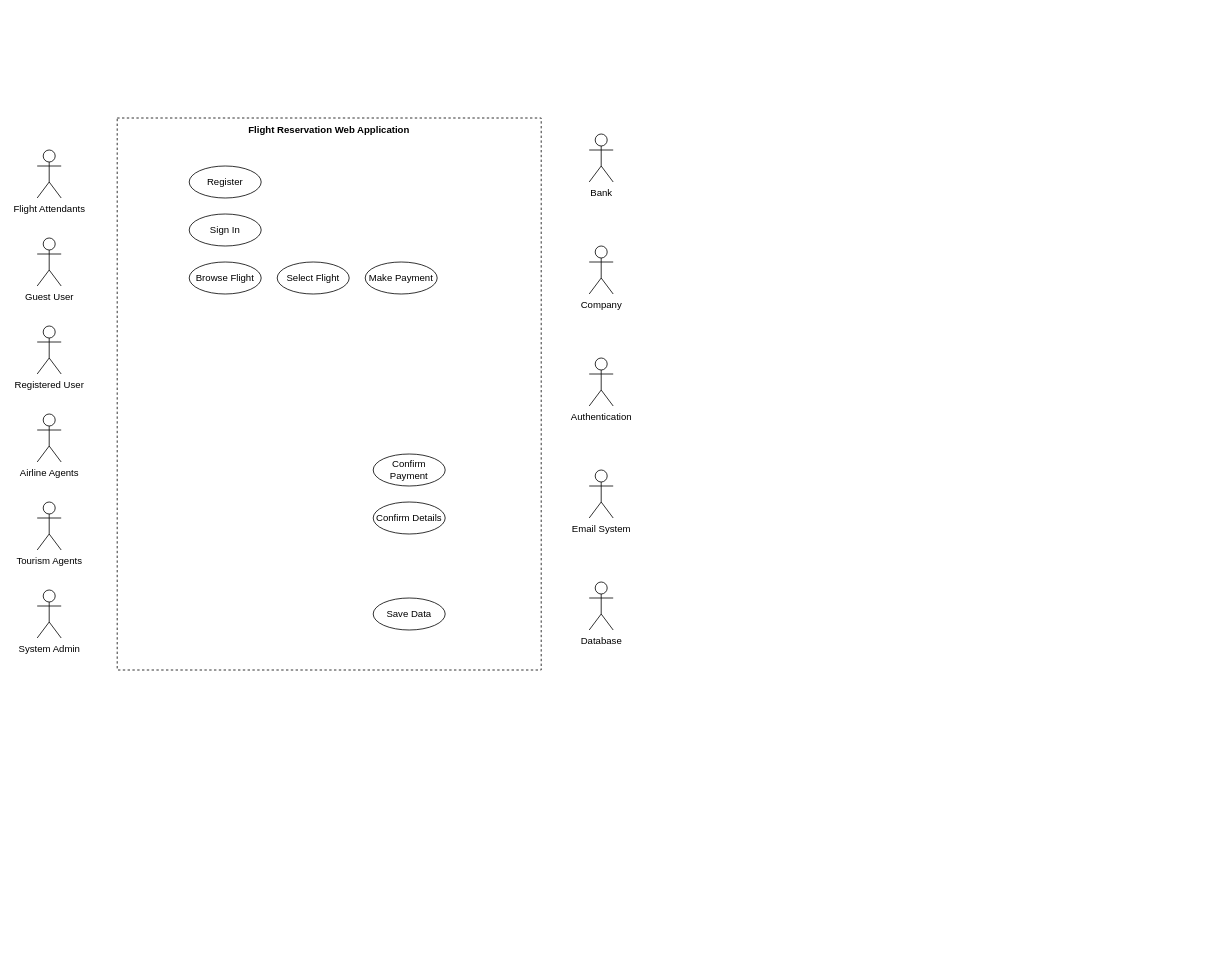
coreyyangsmith/ensf614-project keeps this draw.io diagram as documentation/614-use-case.drawio. Above is the earlier version. Source tidied: cells renumbered, new cells numbered last; positions are measured from the earlier drawing's top-left corner, leaving out a move shared by most shapes. Both pictures are drawn from the tidied source at 80%, with x=0, y=0 at pixel (37, 118).
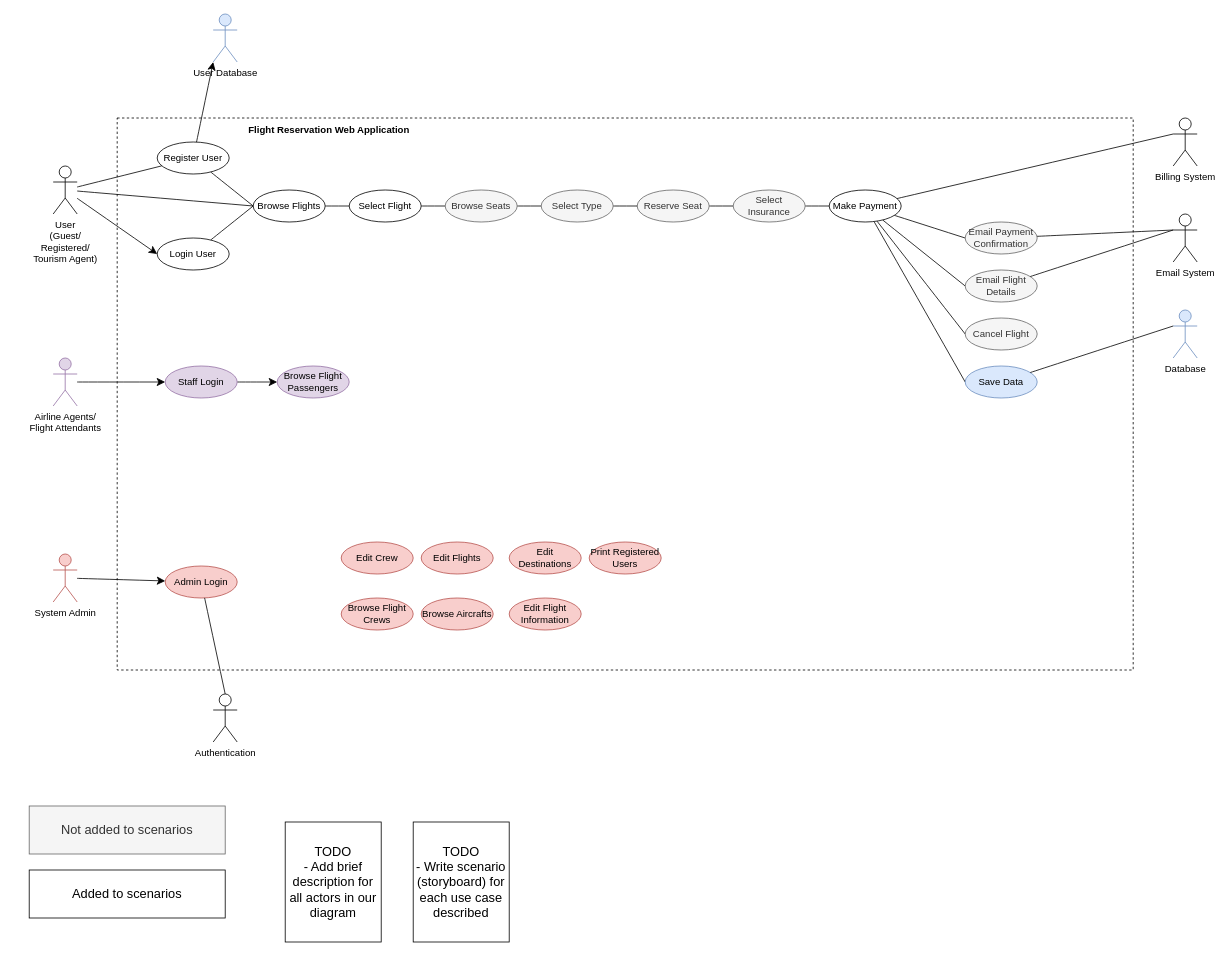
The same diagram, later.

Commit message (it also covers changes not shown here):
class 2 - add scenarios, state transition, activity diagram

What changed in the source:
```diff
@@
     <mxCell id="2" style="rounded=0;whiteSpace=wrap;html=1;dashed=1;" parent="1" vertex="1">
-      <mxGeometry x="100" width="530" height="690" as="geometry" />
+      <mxGeometry x="100" width="1270" height="690" as="geometry" />
     </mxCell>
+    <mxCell id="23" style="edgeStyle=none;curved=1;rounded=0;jettySize=auto;html=1;fontSize=12;startSize=8;endSize=8;endArrow=none;endFill=0;" parent="1" edge="1" source="3" target="13">
+      <mxGeometry relative="1" as="geometry" />
+    </mxCell>
+    <mxCell id="24" style="edgeStyle=none;curved=1;rounded=0;jettySize=auto;html=1;entryX=0;entryY=0.5;entryDx=0;entryDy=0;fontSize=12;startSize=8;endSize=8;" parent="1" edge="1" source="3" target="14">
+      <mxGeometry relative="1" as="geometry" />
+    </mxCell>
+    <mxCell id="25" style="edgeStyle=none;curved=1;rounded=0;jettySize=auto;html=1;entryX=0;entryY=0.5;entryDx=0;entryDy=0;fontSize=12;startSize=8;endSize=8;endArrow=none;endFill=0;" parent="1" edge="1" source="3" target="19">
+      <mxGeometry relative="1" as="geometry" />
+    </mxCell>
-    <mxCell id="3" value="Guest User" style="shape=umlActor;verticalLabelPosition=bottom;verticalAlign=top;html=1;outlineConnect=0;" parent="1" vertex="1">
-      <mxGeometry y="150" width="30" height="60" as="geometry" />
+    <mxCell id="3" value="User&lt;br&gt;(Guest/&lt;br&gt;Registered/&lt;br&gt;Tourism Agent)" style="shape=umlActor;verticalLabelPosition=bottom;verticalAlign=top;html=1;outlineConnect=0;" parent="1" vertex="1">
+      <mxGeometry x="20" y="60" width="30" height="60" as="geometry" />
     </mxCell>
-    <mxCell id="4" value="Registered User" style="shape=umlActor;verticalLabelPosition=bottom;verticalAlign=top;html=1;" parent="1" vertex="1">
-      <mxGeometry y="260" width="30" height="60" as="geometry" />
-    </mxCell>
+    <mxCell id="26" style="edgeStyle=none;curved=1;rounded=0;jettySize=auto;html=1;entryX=0;entryY=0.5;entryDx=0;entryDy=0;fontSize=12;startSize=8;endSize=8;" parent="1" edge="1" source="5" target="59">
+      <mxGeometry relative="1" as="geometry" />
+    </mxCell>
-    <mxCell id="5" value="Airline Agents" style="shape=umlActor;verticalLabelPosition=bottom;verticalAlign=top;html=1;outlineConnect=0;" parent="1" vertex="1">
-      <mxGeometry y="370" width="30" height="60" as="geometry" />
+    <mxCell id="5" value="Airline Agents/&lt;br&gt;Flight Attendants" style="shape=umlActor;verticalLabelPosition=bottom;verticalAlign=top;html=1;outlineConnect=0;fillColor=#e1d5e7;strokeColor=#9673a6;" parent="1" vertex="1">
+      <mxGeometry x="20" y="300" width="30" height="60" as="geometry" />
     </mxCell>
+    <mxCell id="27" style="edgeStyle=none;curved=1;rounded=0;jettySize=auto;html=1;fontSize=12;startSize=8;endSize=8;" parent="1" edge="1" source="6" target="64">
+      <mxGeometry relative="1" as="geometry" />
+    </mxCell>
-    <mxCell id="6" value="System Admin" style="shape=umlActor;verticalLabelPosition=bottom;verticalAlign=top;html=1;outlineConnect=0;" parent="1" vertex="1">
-      <mxGeometry y="590" width="30" height="60" as="geometry" />
+    <mxCell id="6" value="System Admin" style="shape=umlActor;verticalLabelPosition=bottom;verticalAlign=top;html=1;outlineConnect=0;fillColor=#f8cecc;strokeColor=#b85450;" parent="1" vertex="1">
+      <mxGeometry x="20" y="545" width="30" height="60" as="geometry" />
     </mxCell>
-    <mxCell id="7" value="Flight Attendants" style="shape=umlActor;verticalLabelPosition=bottom;verticalAlign=top;html=1;" parent="1" vertex="1">
-      <mxGeometry y="40" width="30" height="60" as="geometry" />
-    </mxCell>
-    <mxCell id="8" value="Tourism Agents" style="shape=umlActor;verticalLabelPosition=bottom;verticalAlign=top;html=1;" parent="1" vertex="1">
-      <mxGeometry y="480" width="30" height="60" as="geometry" />
-    </mxCell>
-    <mxCell id="9" value="Bank" style="shape=umlActor;verticalLabelPosition=bottom;verticalAlign=top;html=1;" parent="1" vertex="1">
-      <mxGeometry x="690" y="20" width="30" height="60" as="geometry" />
-    </mxCell>
-    <mxCell id="10" value="Company" style="shape=umlActor;verticalLabelPosition=bottom;verticalAlign=top;html=1;" parent="1" vertex="1">
-      <mxGeometry x="690" y="160" width="30" height="60" as="geometry" />
-    </mxCell>
     <mxCell id="11" value="Authentication" style="shape=umlActor;verticalLabelPosition=bottom;verticalAlign=top;html=1;outlineConnect=0;" parent="1" vertex="1">
-      <mxGeometry x="690" y="300" width="30" height="60" as="geometry" />
+      <mxGeometry x="220" y="720" width="30" height="60" as="geometry" />
     </mxCell>
@@
+    <mxCell id="28" style="edgeStyle=none;curved=1;rounded=0;jettySize=auto;html=1;entryX=0;entryY=0.5;entryDx=0;entryDy=0;fontSize=12;startSize=8;endSize=8;endArrow=none;endFill=0;" parent="1" edge="1" source="13" target="19">
+      <mxGeometry relative="1" as="geometry" />
+    </mxCell>
-    <mxCell id="13" value="Register" style="ellipse;whiteSpace=wrap;html=1;" parent="1" vertex="1">
-      <mxGeometry x="190" y="60" width="90" height="40" as="geometry" />
+    <mxCell id="13" value="Register User" style="ellipse;whiteSpace=wrap;html=1;" parent="1" vertex="1">
+      <mxGeometry x="150" y="30" width="90" height="40" as="geometry" />
     </mxCell>
+    <mxCell id="29" style="edgeStyle=none;curved=1;rounded=0;jettySize=auto;html=1;entryX=0;entryY=0.5;entryDx=0;entryDy=0;fontSize=12;startSize=8;endSize=8;endArrow=none;endFill=0;" parent="1" edge="1" source="14" target="19">
+      <mxGeometry relative="1" as="geometry" />
+    </mxCell>
-    <mxCell id="14" value="Sign In" style="ellipse;whiteSpace=wrap;html=1;" parent="1" vertex="1">
-      <mxGeometry x="190" y="120" width="90" height="40" as="geometry" />
+    <mxCell id="14" value="Login User" style="ellipse;whiteSpace=wrap;html=1;" parent="1" vertex="1">
+      <mxGeometry x="150" y="150" width="90" height="40" as="geometry" />
     </mxCell>
+    <mxCell id="30" style="edgeStyle=none;curved=1;rounded=0;jettySize=auto;html=1;fontSize=12;startSize=8;endSize=8;endArrow=none;endFill=0;" parent="1" edge="1" source="15" target="39">
+      <mxGeometry relative="1" as="geometry" />
+    </mxCell>
     <mxCell id="15" value="Select Flight" style="ellipse;whiteSpace=wrap;html=1;" parent="1" vertex="1">
-      <mxGeometry x="300" y="180" width="90" height="40" as="geometry" />
+      <mxGeometry x="390" y="90" width="90" height="40" as="geometry" />
     </mxCell>
+    <mxCell id="31" style="edgeStyle=none;curved=1;rounded=0;jettySize=auto;html=1;entryX=0;entryY=0.5;entryDx=0;entryDy=0;fontSize=12;startSize=8;endSize=8;endArrow=none;endFill=0;" parent="1" edge="1" source="16" target="20">
+      <mxGeometry relative="1" as="geometry" />
+    </mxCell>
+    <mxCell id="32" style="edgeStyle=none;curved=1;rounded=0;jettySize=auto;html=1;entryX=0;entryY=0.5;entryDx=0;entryDy=0;fontSize=12;startSize=8;endSize=8;endArrow=none;endFill=0;" parent="1" edge="1" source="16" target="21">
+      <mxGeometry relative="1" as="geometry" />
+    </mxCell>
+    <mxCell id="33" style="edgeStyle=none;curved=1;rounded=0;jettySize=auto;html=1;entryX=0;entryY=0.5;entryDx=0;entryDy=0;fontSize=12;startSize=8;endSize=8;endArrow=none;endFill=0;" parent="1" edge="1" source="16" target="49">
+      <mxGeometry relative="1" as="geometry" />
+    </mxCell>
+    <mxCell id="34" style="edgeStyle=none;curved=1;rounded=0;jettySize=auto;html=1;entryX=0;entryY=0.5;entryDx=0;entryDy=0;fontSize=12;startSize=8;endSize=8;endArrow=none;endFill=0;" parent="1" edge="1" source="16" target="22">
+      <mxGeometry relative="1" as="geometry" />
+    </mxCell>
     <mxCell id="16" value="Make Payment" style="ellipse;whiteSpace=wrap;html=1;" parent="1" vertex="1">
-      <mxGeometry x="410" y="180" width="90" height="40" as="geometry" />
+      <mxGeometry x="990" y="90" width="90" height="40" as="geometry" />
     </mxCell>
     <mxCell id="17" value="Email System" style="shape=umlActor;verticalLabelPosition=bottom;verticalAlign=top;html=1;outlineConnect=0;" parent="1" vertex="1">
-      <mxGeometry x="690" y="440" width="30" height="60" as="geometry" />
+      <mxGeometry x="1420" y="120" width="30" height="60" as="geometry" />
     </mxCell>
-    <mxCell id="18" value="Database" style="shape=umlActor;verticalLabelPosition=bottom;verticalAlign=top;html=1;outlineConnect=0;" parent="1" vertex="1">
-      <mxGeometry x="690" y="580" width="30" height="60" as="geometry" />
+    <mxCell id="18" value="Database" style="shape=umlActor;verticalLabelPosition=bottom;verticalAlign=top;html=1;outlineConnect=0;fillColor=#dae8fc;strokeColor=#6c8ebf;" parent="1" vertex="1">
+      <mxGeometry x="1420" y="240" width="30" height="60" as="geometry" />
     </mxCell>
+    <mxCell id="35" style="edgeStyle=none;curved=1;rounded=0;jettySize=auto;html=1;entryX=0;entryY=0.5;entryDx=0;entryDy=0;fontSize=12;startSize=8;endSize=8;endArrow=none;endFill=0;" parent="1" edge="1" source="19" target="15">
+      <mxGeometry relative="1" as="geometry" />
+    </mxCell>
-    <mxCell id="19" value="Browse Flight" style="ellipse;whiteSpace=wrap;html=1;" parent="1" vertex="1">
-      <mxGeometry x="190" y="180" width="90" height="40" as="geometry" />
+    <mxCell id="19" value="Browse Flights" style="ellipse;whiteSpace=wrap;html=1;" parent="1" vertex="1">
+      <mxGeometry x="270" y="90" width="90" height="40" as="geometry" />
     </mxCell>
-    <mxCell id="20" value="Confirm Payment" style="ellipse;whiteSpace=wrap;html=1;" parent="1" vertex="1">
-      <mxGeometry x="420" y="420" width="90" height="40" as="geometry" />
+    <mxCell id="20" value="Email Payment Confirmation" style="ellipse;whiteSpace=wrap;html=1;fillColor=#f5f5f5;fontColor=#333333;strokeColor=#666666;" parent="1" vertex="1">
+      <mxGeometry x="1160" y="130" width="90" height="40" as="geometry" />
     </mxCell>
-    <mxCell id="21" value="Confirm Details" style="ellipse;whiteSpace=wrap;html=1;" parent="1" vertex="1">
-      <mxGeometry x="420" y="480" width="90" height="40" as="geometry" />
+    <mxCell id="21" value="Email Flight Details" style="ellipse;whiteSpace=wrap;html=1;fillColor=#f5f5f5;fontColor=#333333;strokeColor=#666666;" parent="1" vertex="1">
+      <mxGeometry x="1160" y="190" width="90" height="40" as="geometry" />
     </mxCell>
-    <mxCell id="22" value="Save Data" style="ellipse;whiteSpace=wrap;html=1;" parent="1" vertex="1">
-      <mxGeometry x="420" y="600" width="90" height="40" as="geometry" />
+    <mxCell id="22" value="Save Data" style="ellipse;whiteSpace=wrap;html=1;fillColor=#dae8fc;strokeColor=#6c8ebf;" parent="1" vertex="1">
+      <mxGeometry x="1160" y="310" width="90" height="40" as="geometry" />
     </mxCell>
+    <mxCell id="36" value="TODO&lt;br&gt;- Add brief description for all actors in our diagram" style="rounded=0;whiteSpace=wrap;html=1;fontSize=16;" parent="1" vertex="1">
+      <mxGeometry x="310" y="880" width="120" height="150" as="geometry" />
+    </mxCell>
+    <mxCell id="37" value="TODO&lt;br&gt;- Write scenario (storyboard) for each use case described" style="rounded=0;whiteSpace=wrap;html=1;fontSize=16;" parent="1" vertex="1">
+      <mxGeometry x="470" y="880" width="120" height="150" as="geometry" />
+    </mxCell>
+    <mxCell id="38" style="edgeStyle=none;curved=1;rounded=0;jettySize=auto;html=1;fontSize=12;startSize=8;endSize=8;endArrow=none;endFill=0;" parent="1" edge="1" source="39" target="46">
+      <mxGeometry relative="1" as="geometry" />
+    </mxCell>
+    <mxCell id="39" value="Browse Seats" style="ellipse;whiteSpace=wrap;html=1;fillColor=#f5f5f5;fontColor=#333333;strokeColor=#666666;" parent="1" vertex="1">
+      <mxGeometry x="510" y="90" width="90" height="40" as="geometry" />
+    </mxCell>
+    <mxCell id="40" value="Not added to scenarios" style="rounded=0;whiteSpace=wrap;html=1;fontSize=16;fillColor=#f5f5f5;fontColor=#333333;strokeColor=#666666;" parent="1" vertex="1">
+      <mxGeometry x="-10" y="860" width="245" height="60" as="geometry" />
+    </mxCell>
+    <mxCell id="41" value="Added to scenarios" style="rounded=0;whiteSpace=wrap;html=1;fontSize=16;" parent="1" vertex="1">
+      <mxGeometry x="-10" y="940" width="245" height="60" as="geometry" />
+    </mxCell>
+    <mxCell id="42" style="edgeStyle=none;curved=1;rounded=0;jettySize=auto;html=1;entryX=0;entryY=0.5;entryDx=0;entryDy=0;fontSize=12;startSize=8;endSize=8;endArrow=none;endFill=0;" parent="1" edge="1" source="43" target="48">
+      <mxGeometry relative="1" as="geometry" />
+    </mxCell>
+    <mxCell id="43" value="Reserve Seat" style="ellipse;whiteSpace=wrap;html=1;fillColor=#f5f5f5;fontColor=#333333;strokeColor=#666666;" parent="1" vertex="1">
+      <mxGeometry x="750" y="90" width="90" height="40" as="geometry" />
+    </mxCell>
+    <mxCell id="44" value="Billing System" style="shape=umlActor;verticalLabelPosition=bottom;verticalAlign=top;html=1;outlineConnect=0;" parent="1" vertex="1">
+      <mxGeometry x="1420" width="30" height="60" as="geometry" />
+    </mxCell>
+    <mxCell id="45" style="edgeStyle=none;curved=1;rounded=0;jettySize=auto;html=1;fontSize=12;startSize=8;endSize=8;endArrow=none;endFill=0;" parent="1" edge="1" source="46" target="43">
+      <mxGeometry relative="1" as="geometry" />
+    </mxCell>
+    <mxCell id="46" value="Select Type" style="ellipse;whiteSpace=wrap;html=1;fillColor=#f5f5f5;fontColor=#333333;strokeColor=#666666;" parent="1" vertex="1">
+      <mxGeometry x="630" y="90" width="90" height="40" as="geometry" />
+    </mxCell>
+    <mxCell id="47" style="edgeStyle=none;curved=1;rounded=0;jettySize=auto;html=1;entryX=0;entryY=0.5;entryDx=0;entryDy=0;fontSize=12;startSize=8;endSize=8;endArrow=none;endFill=0;" parent="1" edge="1" source="48" target="16">
+      <mxGeometry relative="1" as="geometry" />
+    </mxCell>
+    <mxCell id="48" value="Select Insurance" style="ellipse;whiteSpace=wrap;html=1;fillColor=#f5f5f5;fontColor=#333333;strokeColor=#666666;" parent="1" vertex="1">
+      <mxGeometry x="870" y="90" width="90" height="40" as="geometry" />
+    </mxCell>
+    <mxCell id="49" value="Cancel Flight" style="ellipse;whiteSpace=wrap;html=1;fillColor=#f5f5f5;fontColor=#333333;strokeColor=#666666;" parent="1" vertex="1">
+      <mxGeometry x="1160" y="250" width="90" height="40" as="geometry" />
+    </mxCell>
+    <mxCell id="50" value="Browse Flight Passengers" style="ellipse;whiteSpace=wrap;html=1;fillColor=#e1d5e7;strokeColor=#9673a6;" parent="1" vertex="1">
+      <mxGeometry x="300" y="310" width="90" height="40" as="geometry" />
+    </mxCell>
+    <mxCell id="51" value="Browse Flight Crews" style="ellipse;whiteSpace=wrap;html=1;fillColor=#f8cecc;strokeColor=#b85450;" parent="1" vertex="1">
+      <mxGeometry x="380" y="600" width="90" height="40" as="geometry" />
+    </mxCell>
+    <mxCell id="52" value="Browse Aircrafts" style="ellipse;whiteSpace=wrap;html=1;fillColor=#f8cecc;strokeColor=#b85450;" parent="1" vertex="1">
+      <mxGeometry x="480" y="600" width="90" height="40" as="geometry" />
+    </mxCell>
+    <mxCell id="53" value="Edit Crew" style="ellipse;whiteSpace=wrap;html=1;fillColor=#f8cecc;strokeColor=#b85450;" parent="1" vertex="1">
+      <mxGeometry x="380" y="530" width="90" height="40" as="geometry" />
+    </mxCell>
+    <mxCell id="54" value="Edit Flights" style="ellipse;whiteSpace=wrap;html=1;fillColor=#f8cecc;strokeColor=#b85450;" parent="1" vertex="1">
+      <mxGeometry x="480" y="530" width="90" height="40" as="geometry" />
+    </mxCell>
+    <mxCell id="55" value="Edit Destinations" style="ellipse;whiteSpace=wrap;html=1;fillColor=#f8cecc;strokeColor=#b85450;" parent="1" vertex="1">
+      <mxGeometry x="590" y="530" width="90" height="40" as="geometry" />
+    </mxCell>
+    <mxCell id="56" value="Edit Flight Information" style="ellipse;whiteSpace=wrap;html=1;fillColor=#f8cecc;strokeColor=#b85450;" parent="1" vertex="1">
+      <mxGeometry x="590" y="600" width="90" height="40" as="geometry" />
+    </mxCell>
+    <mxCell id="57" value="Print Registered Users" style="ellipse;whiteSpace=wrap;html=1;fillColor=#f8cecc;strokeColor=#b85450;" parent="1" vertex="1">
+      <mxGeometry x="690" y="530" width="90" height="40" as="geometry" />
+    </mxCell>
+    <mxCell id="58" style="edgeStyle=none;curved=1;rounded=0;jettySize=auto;html=1;fontSize=12;startSize=8;endSize=8;" parent="1" edge="1" source="59" target="50">
+      <mxGeometry relative="1" as="geometry" />
+    </mxCell>
+    <mxCell id="59" value="Staff Login" style="ellipse;whiteSpace=wrap;html=1;fillColor=#e1d5e7;strokeColor=#9673a6;" parent="1" vertex="1">
+      <mxGeometry x="160" y="310" width="90" height="40" as="geometry" />
+    </mxCell>
+    <mxCell id="60" style="edgeStyle=none;curved=1;rounded=0;jettySize=auto;html=1;entryX=0;entryY=0.3333333333333333;entryDx=0;entryDy=0;entryPerimeter=0;fontSize=12;startSize=8;endSize=8;endArrow=none;endFill=0;" parent="1" edge="1" source="16" target="44">
+      <mxGeometry relative="1" as="geometry" />
+    </mxCell>
+    <mxCell id="61" style="edgeStyle=none;curved=1;rounded=0;jettySize=auto;html=1;entryX=0;entryY=0.3333333333333333;entryDx=0;entryDy=0;entryPerimeter=0;fontSize=12;startSize=8;endSize=8;endArrow=none;endFill=0;" parent="1" edge="1" source="20" target="17">
+      <mxGeometry relative="1" as="geometry" />
+    </mxCell>
+    <mxCell id="62" style="edgeStyle=none;curved=1;rounded=0;jettySize=auto;html=1;entryX=0;entryY=0.3333333333333333;entryDx=0;entryDy=0;entryPerimeter=0;fontSize=12;startSize=8;endSize=8;endArrow=none;endFill=0;" parent="1" edge="1" source="21" target="17">
+      <mxGeometry relative="1" as="geometry" />
+    </mxCell>
+    <mxCell id="63" style="edgeStyle=none;curved=1;rounded=0;jettySize=auto;html=1;entryX=0;entryY=0.3333333333333333;entryDx=0;entryDy=0;entryPerimeter=0;fontSize=12;startSize=8;endSize=8;endArrow=none;endFill=0;" parent="1" edge="1" source="22" target="18">
+      <mxGeometry relative="1" as="geometry" />
+    </mxCell>
+    <mxCell id="64" value="Admin Login" style="ellipse;whiteSpace=wrap;html=1;fillColor=#f8cecc;strokeColor=#b85450;" parent="1" vertex="1">
+      <mxGeometry x="160" y="560" width="90" height="40" as="geometry" />
+    </mxCell>
+    <mxCell id="65" value="User Database" style="shape=umlActor;verticalLabelPosition=bottom;verticalAlign=top;html=1;outlineConnect=0;fillColor=#dae8fc;strokeColor=#6c8ebf;" parent="1" vertex="1">
+      <mxGeometry x="220" y="-130" width="30" height="60" as="geometry" />
+    </mxCell>
+    <mxCell id="66" style="edgeStyle=none;curved=1;rounded=0;jettySize=auto;html=1;fontSize=12;startSize=8;endSize=8;entryX=0;entryY=1;entryDx=0;entryDy=0;entryPerimeter=0;" parent="1" edge="1" source="13" target="65">
+      <mxGeometry relative="1" as="geometry" />
+    </mxCell>
+    <mxCell id="67" style="edgeStyle=none;curved=1;rounded=0;jettySize=auto;html=1;entryX=0.5;entryY=0;entryDx=0;entryDy=0;entryPerimeter=0;fontSize=12;startSize=8;endSize=8;endArrow=none;endFill=0;" parent="1" edge="1" source="64" target="11">
+      <mxGeometry relative="1" as="geometry" />
+    </mxCell>
```
